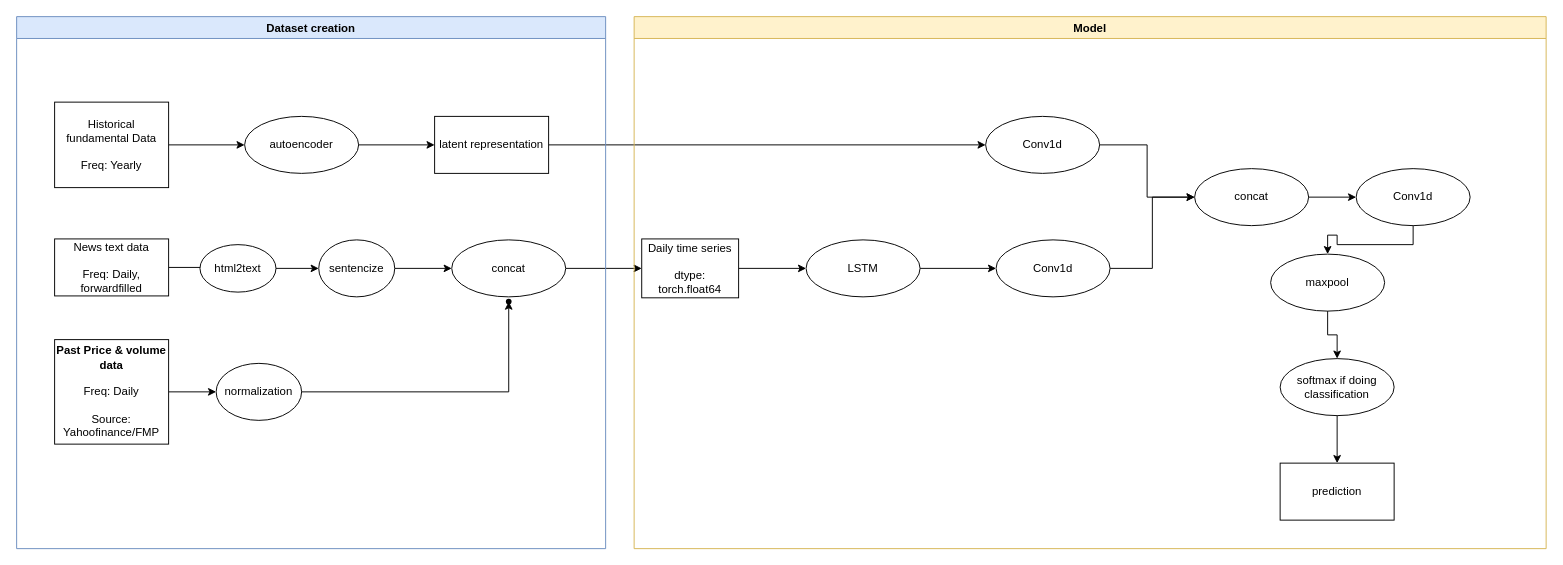
The draw.io diagram project_outline.drawio in pauljhp/DeepSA_COMP7409, before the edit. Source tidied: cells renumbered, new cells numbered last; positions are measured from the earlier drawing's top-left corner, leaving out a move shared by most shapes. Both pictures are drawn from the tidied source at 95%, with x=0, y=0 at pixel (16, 16).
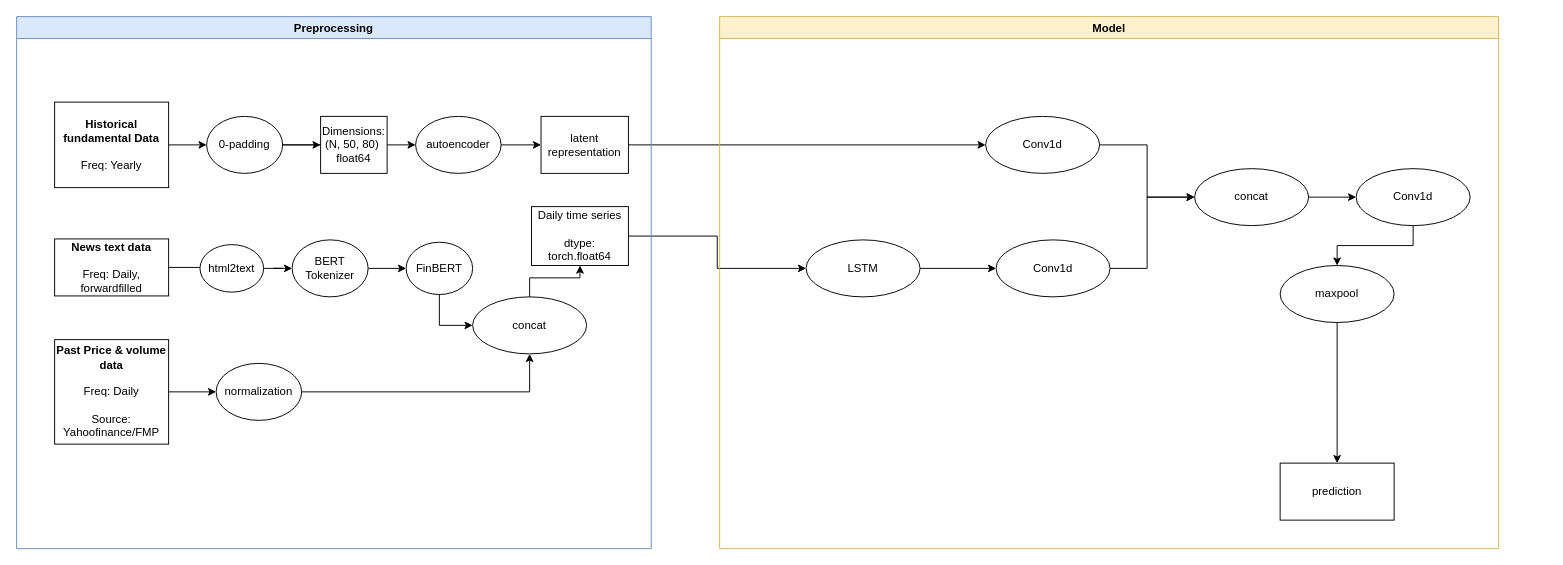
The same page after the edit.

Unchanged cells that the change refers to:
```xml
<mxCell id="13" value="normalization" style="ellipse;whiteSpace=wrap;html=1;rounded=0;" parent="1" vertex="1">
  <mxGeometry x="210" y="365" width="90" height="60" as="geometry" />
</mxCell>
<mxCell id="26" value="Conv1d" style="ellipse;whiteSpace=wrap;html=1;rounded=0;" parent="1" vertex="1">
  <mxGeometry x="1031" y="235" width="120" height="60" as="geometry" />
</mxCell>
<mxCell id="30" value="concat" style="ellipse;whiteSpace=wrap;html=1;rounded=0;" parent="1" vertex="1">
  <mxGeometry x="1240" y="160" width="120" height="60" as="geometry" />
</mxCell>
```

Change to the diagram source:
```diff
@@
-    <mxCell id="5" value="Historical fundamental Data&lt;br&gt;&lt;br&gt;Freq: Yearly" style="rounded=0;whiteSpace=wrap;html=1;" parent="1" vertex="1">
+    <mxCell id="5" value="&lt;b&gt;Historical fundamental Data&lt;/b&gt;&lt;br&gt;&lt;br&gt;Freq: Yearly" style="rounded=0;whiteSpace=wrap;html=1;" parent="1" vertex="1">
       <mxGeometry x="40" y="90" width="120" height="90" as="geometry" />
     </mxCell>
@@
-    <mxCell id="7" value="News text data&lt;br&gt;&lt;br&gt;Freq: Daily, forwardfilled" style="rounded=0;whiteSpace=wrap;html=1;" parent="1" vertex="1">
+    <mxCell id="7" value="&lt;b&gt;News text data&lt;/b&gt;&lt;br&gt;&lt;br&gt;Freq: Daily, forwardfilled" style="rounded=0;whiteSpace=wrap;html=1;" parent="1" vertex="1">
       <mxGeometry x="40" y="234" width="120" height="60" as="geometry" />
     </mxCell>
@@
     <mxCell id="9" value="html2text" style="ellipse;whiteSpace=wrap;html=1;rounded=0;" parent="1" vertex="1">
-      <mxGeometry x="193" y="240" width="80" height="50" as="geometry" />
+      <mxGeometry x="193" y="240" width="67" height="50" as="geometry" />
     </mxCell>
-    <mxCell id="10" style="edgeStyle=orthogonalEdgeStyle;rounded=0;jettySize=auto;html=1;" parent="1" edge="1" source="11" target="16">
-      <mxGeometry relative="1" as="geometry" />
-    </mxCell>
-    <mxCell id="11" value="sentencize" style="ellipse;whiteSpace=wrap;html=1;rounded=0;" parent="1" vertex="1">
-      <mxGeometry x="318" y="235" width="80" height="60" as="geometry" />
-    </mxCell>
-    <mxCell id="12" style="edgeStyle=orthogonalEdgeStyle;rounded=0;jettySize=auto;html=1;" parent="1" edge="1" source="13" target="14">
+    <mxCell id="12" style="edgeStyle=orthogonalEdgeStyle;rounded=0;jettySize=auto;html=1;entryX=0.5;entryY=1;entryDx=0;entryDy=0;" parent="1" edge="1" source="13" target="16">
       <mxGeometry relative="1" as="geometry" />
     </mxCell>
@@
-    <mxCell id="14" style="shape=waypoint;sketch=0;size=6;points=[];fillColor=default;perimeter=centerPerimeter;snapToPoint=1;rounded=0;" parent="1" vertex="1">
-      <mxGeometry x="498" y="280" width="40" height="40" as="geometry" />
-    </mxCell>
-    <mxCell id="15" style="edgeStyle=orthogonalEdgeStyle;rounded=0;jettySize=auto;html=1;" parent="1" edge="1" source="16" target="18">
-      <mxGeometry relative="1" as="geometry" />
-    </mxCell>
-    <mxCell id="16" value="concat" style="ellipse;whiteSpace=wrap;html=1;rounded=0;" parent="1" vertex="1">
-      <mxGeometry x="458" y="235" width="120" height="60" as="geometry" />
-    </mxCell>
@@
-    <mxCell id="18" value="Daily time series&lt;br&gt;&lt;br&gt;dtype: torch.float64" style="whiteSpace=wrap;html=1;rounded=0;" parent="1" vertex="1">
-      <mxGeometry x="658" y="234" width="102" height="62" as="geometry" />
-    </mxCell>
-    <mxCell id="19" style="edgeStyle=orthogonalEdgeStyle;rounded=0;jettySize=auto;html=1;" parent="1" edge="1" source="20" target="22">
-      <mxGeometry relative="1" as="geometry" />
-    </mxCell>
-    <mxCell id="20" value="autoencoder" style="ellipse;whiteSpace=wrap;html=1;rounded=0;" parent="1" vertex="1">
-      <mxGeometry x="240" y="105" width="120" height="60" as="geometry" />
-    </mxCell>
@@
-    <mxCell id="22" value="latent representation" style="whiteSpace=wrap;html=1;rounded=0;" parent="1" vertex="1">
-      <mxGeometry x="440" y="105" width="120" height="60" as="geometry" />
-    </mxCell>
@@
     <mxCell id="25" style="edgeStyle=orthogonalEdgeStyle;rounded=0;jettySize=auto;html=1;entryX=0;entryY=0.5;entryDx=0;entryDy=0;" parent="1" edge="1" source="26" target="30">
-      <mxGeometry relative="1" as="geometry" />
+      <mxGeometry relative="1" as="geometry">
+        <Array as="points">
+          <mxPoint x="1190" y="265" />
+          <mxPoint x="1190" y="190" />
+        </Array>
+      </mxGeometry>
     </mxCell>
@@
-    <mxCell id="31" value="Dataset creation" style="swimlane;fillColor=#dae8fc;strokeColor=#6c8ebf;" parent="1" vertex="1">
-      <mxGeometry width="620" height="560" as="geometry" />
+    <mxCell id="31" value="Preprocessing" style="swimlane;fillColor=#dae8fc;strokeColor=#6c8ebf;" parent="1" vertex="1">
+      <mxGeometry width="668" height="560" as="geometry" />
     </mxCell>
+    <mxCell id="11" value="BERT Tokenizer" style="ellipse;whiteSpace=wrap;html=1;rounded=0;" parent="31" vertex="1">
+      <mxGeometry x="290" y="235" width="80" height="60" as="geometry" />
+    </mxCell>
+    <mxCell id="40" style="edgeStyle=orthogonalEdgeStyle;rounded=0;jettySize=auto;html=1;entryX=0;entryY=0.5;entryDx=0;entryDy=0;" parent="31" edge="1" source="41" target="16">
+      <mxGeometry relative="1" as="geometry" />
+    </mxCell>
+    <mxCell id="41" value="FinBERT" style="ellipse;whiteSpace=wrap;html=1;rounded=0;" parent="31" vertex="1">
+      <mxGeometry x="410" y="237.5" width="70" height="55" as="geometry" />
+    </mxCell>
+    <mxCell id="42" style="edgeStyle=orthogonalEdgeStyle;rounded=0;jettySize=auto;html=1;" parent="31" edge="1" source="11" target="41">
+      <mxGeometry relative="1" as="geometry" />
+    </mxCell>
+    <mxCell id="16" value="concat" style="ellipse;whiteSpace=wrap;html=1;rounded=0;" parent="31" vertex="1">
+      <mxGeometry x="480" y="295" width="120" height="60" as="geometry" />
+    </mxCell>
+    <mxCell id="43" value="autoencoder" style="ellipse;whiteSpace=wrap;html=1;rounded=0;" parent="31" vertex="1">
+      <mxGeometry x="420" y="105" width="90" height="60" as="geometry" />
+    </mxCell>
+    <mxCell id="22" value="latent representation" style="whiteSpace=wrap;html=1;rounded=0;" parent="31" vertex="1">
+      <mxGeometry x="552" y="105" width="92" height="60" as="geometry" />
+    </mxCell>
+    <mxCell id="20" value="0-padding" style="ellipse;whiteSpace=wrap;html=1;rounded=0;" parent="31" vertex="1">
+      <mxGeometry x="200" y="105" width="80" height="60" as="geometry" />
+    </mxCell>
+    <mxCell id="44" style="edgeStyle=orthogonalEdgeStyle;rounded=0;jettySize=auto;html=1;" parent="31" edge="1" source="20" target="43">
+      <mxGeometry relative="1" as="geometry" />
+    </mxCell>
+    <mxCell id="45" value="Dimensions:&lt;br&gt;(N, 50, 80)&amp;nbsp;&lt;br&gt;float64" style="whiteSpace=wrap;html=1;rounded=0;" parent="31" vertex="1">
+      <mxGeometry x="320" y="105" width="70" height="60" as="geometry" />
+    </mxCell>
+    <mxCell id="46" style="edgeStyle=orthogonalEdgeStyle;rounded=0;jettySize=auto;html=1;" parent="31" edge="1" source="20" target="45">
+      <mxGeometry relative="1" as="geometry" />
+    </mxCell>
+    <mxCell id="47" style="edgeStyle=orthogonalEdgeStyle;rounded=0;jettySize=auto;html=1;entryX=0;entryY=0.5;entryDx=0;entryDy=0;" parent="31" edge="1" source="43" target="22">
+      <mxGeometry relative="1" as="geometry" />
+    </mxCell>
+    <mxCell id="18" value="Daily time series&lt;br&gt;&lt;br&gt;dtype: torch.float64" style="whiteSpace=wrap;html=1;rounded=0;" parent="31" vertex="1">
+      <mxGeometry x="542" y="200" width="102" height="62" as="geometry" />
+    </mxCell>
+    <mxCell id="15" style="edgeStyle=orthogonalEdgeStyle;rounded=0;jettySize=auto;html=1;" parent="31" edge="1" source="16" target="18">
+      <mxGeometry relative="1" as="geometry" />
+    </mxCell>
@@
-    <mxCell id="34" style="edgeStyle=orthogonalEdgeStyle;rounded=0;jettySize=auto;html=1;entryX=0.5;entryY=0;entryDx=0;entryDy=0;" parent="1" edge="1" source="35" target="38">
-      <mxGeometry relative="1" as="geometry" />
+    <mxCell id="34" style="edgeStyle=orthogonalEdgeStyle;rounded=0;jettySize=auto;html=1;" parent="1" edge="1" source="35">
+      <mxGeometry relative="1" as="geometry">
+        <mxPoint x="1390" y="470" as="targetPoint" />
+      </mxGeometry>
     </mxCell>
+    <mxCell id="39" value="Model" style="swimlane;fillColor=#fff2cc;strokeColor=#d6b656;" parent="1" vertex="1">
+      <mxGeometry x="740" width="820" height="560" as="geometry" />
+    </mxCell>
-    <mxCell id="35" value="maxpool" style="ellipse;whiteSpace=wrap;html=1;rounded=0;" parent="1" vertex="1">
-      <mxGeometry x="1320" y="250" width="120" height="60" as="geometry" />
+    <mxCell id="35" value="maxpool" style="ellipse;whiteSpace=wrap;html=1;rounded=0;" parent="39" vertex="1">
+      <mxGeometry x="590" y="262" width="120" height="60" as="geometry" />
     </mxCell>
-    <mxCell id="36" value="prediction" style="rounded=0;whiteSpace=wrap;html=1;" parent="1" vertex="1">
-      <mxGeometry x="1330" y="470" width="120" height="60" as="geometry" />
+    <mxCell id="36" value="prediction" style="rounded=0;whiteSpace=wrap;html=1;" parent="39" vertex="1">
+      <mxGeometry x="590" y="470" width="120" height="60" as="geometry" />
     </mxCell>
-    <mxCell id="37" style="edgeStyle=orthogonalEdgeStyle;rounded=0;jettySize=auto;html=1;" parent="1" edge="1" source="38" target="36">
-      <mxGeometry relative="1" as="geometry" />
-    </mxCell>
-    <mxCell id="38" value="softmax if doing classification" style="ellipse;whiteSpace=wrap;html=1;rounded=0;" parent="1" vertex="1">
-      <mxGeometry x="1330" y="360" width="120" height="60" as="geometry" />
-    </mxCell>
-    <mxCell id="39" value="Model" style="swimlane;fillColor=#fff2cc;strokeColor=#d6b656;" parent="1" vertex="1">
-      <mxGeometry x="650" width="960" height="560" as="geometry" />
-    </mxCell>
```
